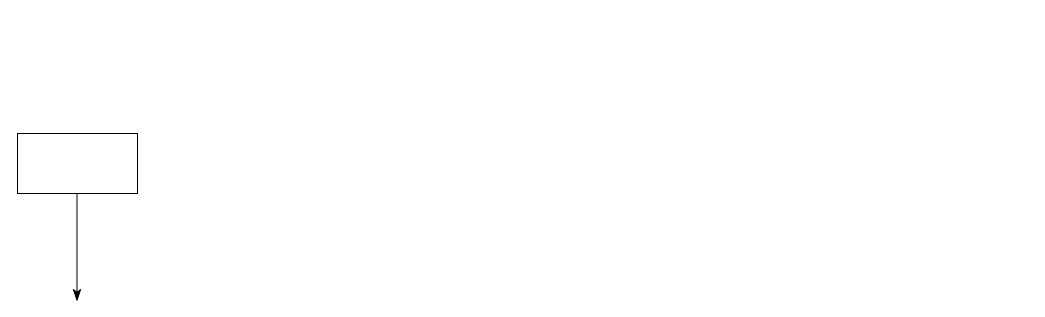
gonorthx/Planet-sheep keeps this draw.io diagram as first.drawio. Above is the earlier version. Source tidied: cells renumbered, new cells numbered last; positions are measured from the earlier drawing's top-left corner, leaving out a move shared by most shapes. Both pictures are drawn from the tidied source at 100%, with x=0, y=0 at pixel (17, 133).
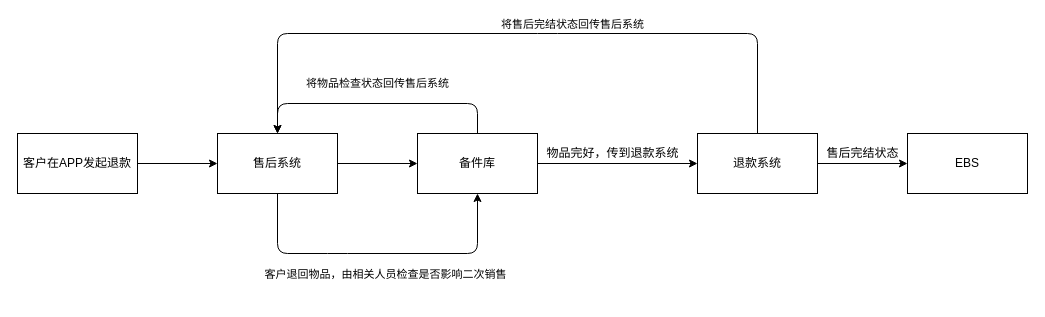
After the change.

Commit message:
退货流程-京东商城.drawio

Change to the diagram source:
```diff
@@
+    <mxCell id="4" style="edgeStyle=orthogonalEdgeStyle;rounded=0;jettySize=auto;html=1;" parent="1" edge="1" source="2" target="6">
+      <mxGeometry relative="1" as="geometry" />
+    </mxCell>
-    <mxCell id="2" style="rounded=0;whiteSpace=wrap;html=1;" parent="1" vertex="1">
+    <mxCell id="2" value="客户在APP发起退款" style="rounded=0;whiteSpace=wrap;html=1;" parent="1" vertex="1">
       <mxGeometry width="120" height="60" as="geometry" />
     </mxCell>
-    <mxCell id="3" style="endArrow=classicThin;html=1;startArrow=none;startFill=0;endFill=1;endSize=10;jumpSize=7;" parent="1" edge="1">
-      <mxGeometry relative="1" as="geometry">
-        <mxPoint x="59.5" y="60" as="sourcePoint" />
-        <mxPoint x="59.5" y="168" as="targetPoint" />
-      </mxGeometry>
-    </mxCell>
+    <mxCell id="5" style="edgeStyle=orthogonalEdgeStyle;rounded=0;jettySize=auto;html=1;" parent="1" edge="1" source="6" target="8">
+      <mxGeometry relative="1" as="geometry" />
+    </mxCell>
+    <mxCell id="6" value="售后系统" style="rounded=0;whiteSpace=wrap;html=1;" parent="1" vertex="1">
+      <mxGeometry x="200" width="120" height="60" as="geometry" />
+    </mxCell>
+    <mxCell id="7" style="edgeStyle=orthogonalEdgeStyle;rounded=0;jettySize=auto;html=1;" parent="1" edge="1" source="8" target="10">
+      <mxGeometry relative="1" as="geometry" />
+    </mxCell>
+    <mxCell id="8" value="备件库" style="whiteSpace=wrap;html=1;rounded=0;" parent="1" vertex="1">
+      <mxGeometry x="400" width="120" height="60" as="geometry" />
+    </mxCell>
+    <mxCell id="9" style="edgeStyle=orthogonalEdgeStyle;rounded=0;jettySize=auto;html=1;" parent="1" edge="1" source="10" target="11">
+      <mxGeometry relative="1" as="geometry" />
+    </mxCell>
+    <mxCell id="10" value="退款系统" style="whiteSpace=wrap;html=1;rounded=0;" parent="1" vertex="1">
+      <mxGeometry x="680" width="120" height="60" as="geometry" />
+    </mxCell>
+    <mxCell id="11" value="EBS" style="whiteSpace=wrap;html=1;rounded=0;" parent="1" vertex="1">
+      <mxGeometry x="890" width="120" height="60" as="geometry" />
+    </mxCell>
+    <mxCell id="12" style="endArrow=classic;html=1;exitX=0.5;exitY=1;exitDx=0;exitDy=0;entryX=0.5;entryY=1;entryDx=0;entryDy=0;" parent="1" edge="1" source="6" target="8">
+      <mxGeometry relative="1" as="geometry">
+        <Array as="points">
+          <mxPoint x="260" y="120" />
+          <mxPoint x="320" y="120" />
+          <mxPoint x="460" y="120" />
+        </Array>
+      </mxGeometry>
+    </mxCell>
+    <mxCell id="13" value="客户退回物品，由相关人员检查是否影响二次销售" style="edgeLabel;html=1;align=center;verticalAlign=middle;" parent="12" vertex="1">
+      <mxGeometry x="-0.37" y="1" relative="1" as="geometry">
+        <mxPoint x="66" y="21" as="offset" />
+      </mxGeometry>
+    </mxCell>
+    <mxCell id="14" value="将物品检查状态回传售后系统" style="endArrow=classic;html=1;exitX=0.5;exitY=0;exitDx=0;exitDy=0;entryX=0.5;entryY=0;entryDx=0;entryDy=0;" parent="1" edge="1" source="8" target="6">
+      <mxGeometry y="-20" relative="1" as="geometry">
+        <Array as="points">
+          <mxPoint x="460" y="-30" />
+          <mxPoint x="260" y="-30" />
+        </Array>
+      </mxGeometry>
+    </mxCell>
+    <mxCell id="15" value="物品完好，传到退款系统" style="text;html=1;align=center;verticalAlign=middle;" parent="1" vertex="1">
+      <mxGeometry x="520" y="10" width="150" height="20" as="geometry" />
+    </mxCell>
+    <mxCell id="16" value="售后完结状态" style="text;html=1;align=center;verticalAlign=middle;" parent="1" vertex="1">
+      <mxGeometry x="800" y="10" width="90" height="20" as="geometry" />
+    </mxCell>
+    <mxCell id="17" style="endArrow=classic;html=1;exitX=0.5;exitY=0;exitDx=0;exitDy=0;entryX=0.5;entryY=0;entryDx=0;entryDy=0;" parent="1" edge="1" source="10" target="6">
+      <mxGeometry relative="1" as="geometry">
+        <Array as="points">
+          <mxPoint x="740" y="-100" />
+          <mxPoint x="530" y="-100" />
+          <mxPoint x="260" y="-100" />
+        </Array>
+      </mxGeometry>
+    </mxCell>
+    <mxCell id="18" value="将售后完结状态回传售后系统" style="edgeLabel;html=1;align=center;verticalAlign=middle;" parent="17" vertex="1">
+      <mxGeometry x="-0.16" y="-4" relative="1" as="geometry">
+        <mxPoint y="-6" as="offset" />
+      </mxGeometry>
+    </mxCell>
```
